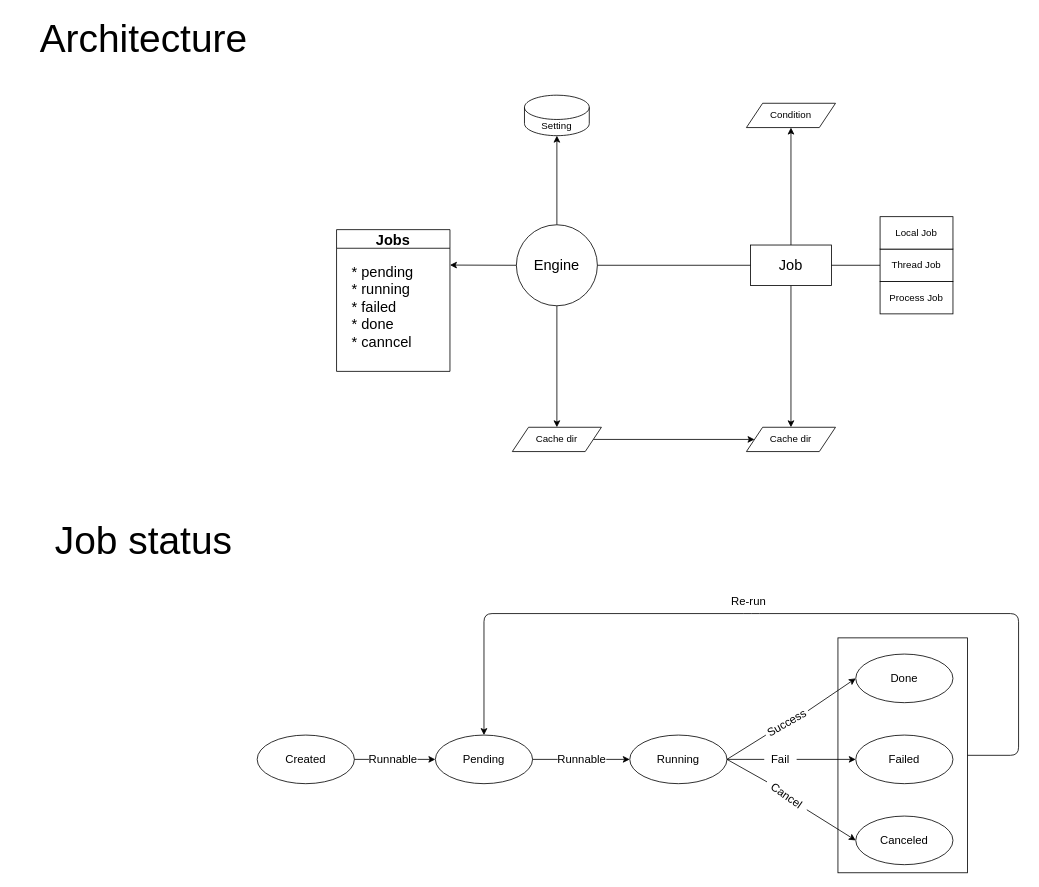
Nanguage/executor-engine keeps this draw.io diagram as docs/arch.drawio. Above is the earlier version. Source tidied: cells renumbered, new cells numbered last; positions are measured from the earlier drawing's top-left corner, leaving out a move shared by most shapes. Both pictures are drawn from the tidied source at 81%, with x=0, y=0 at pixel (14, 14).
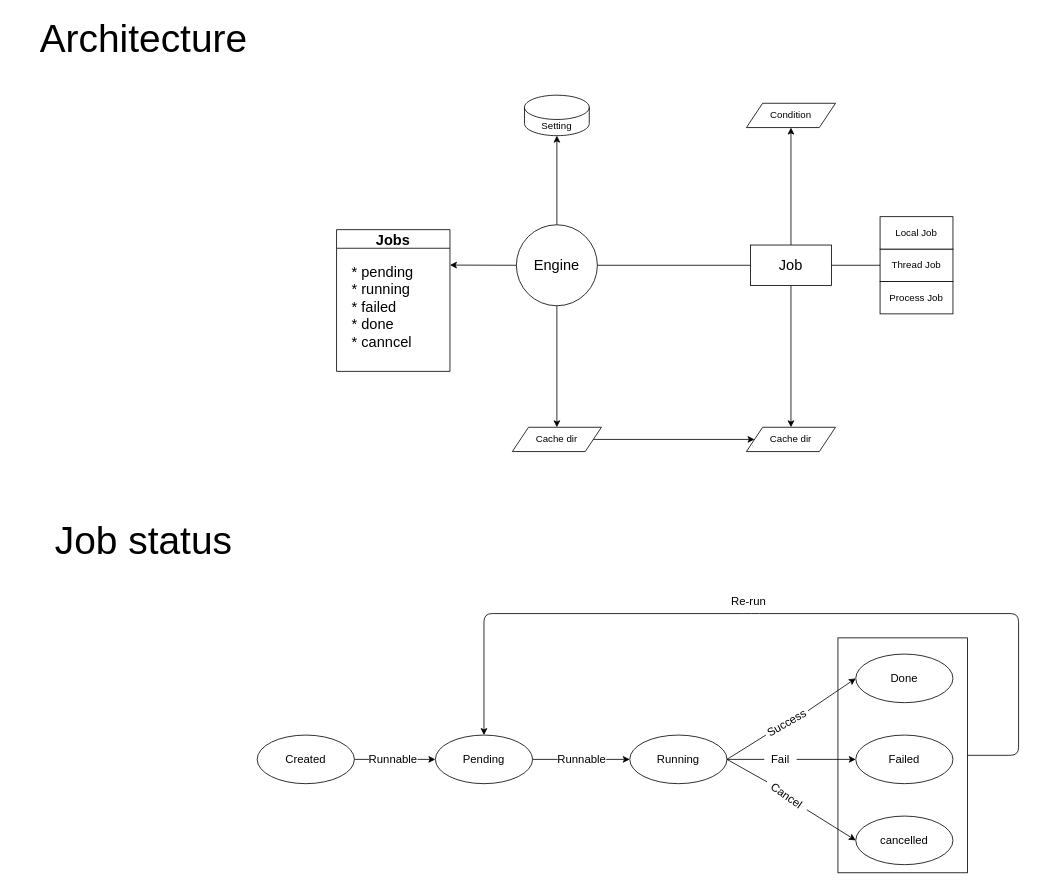
The same page after the edit.

Change to the diagram source:
```diff
@@
-    <mxCell id="17" value="&lt;font style=&quot;font-size: 14px&quot;&gt;Canceled&lt;/font&gt;" style="ellipse;whiteSpace=wrap;html=1;fontSize=12;" parent="1" vertex="1">
+    <mxCell id="17" value="&lt;font style=&quot;font-size: 14px&quot;&gt;cancelled&lt;/font&gt;" style="ellipse;whiteSpace=wrap;html=1;fontSize=12;" parent="1" vertex="1">
       <mxGeometry x="1039" y="990" width="120" height="60" as="geometry" />
     </mxCell>
```
